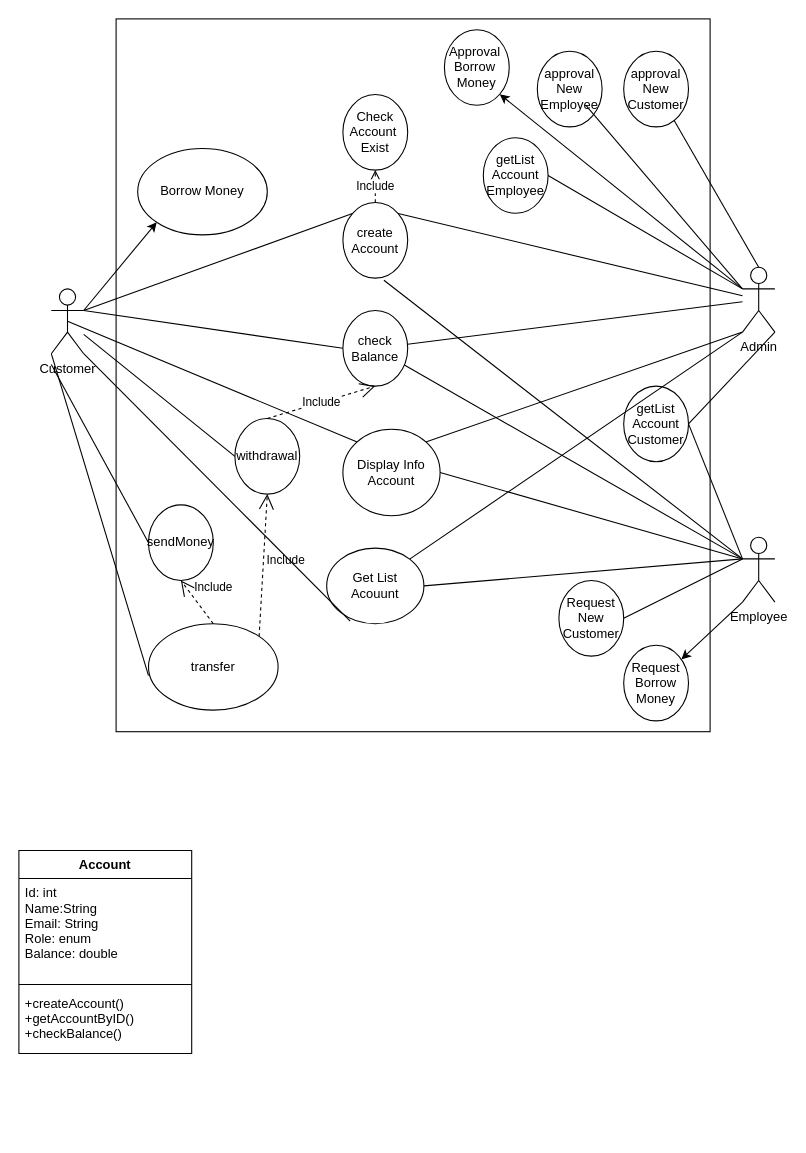
Earlier version of the draw.io diagram Bank_Use_Case.drawio (QuyetVV1995/Bank). Source tidied: cells renumbered, new cells numbered last; positions are measured from the earlier drawing's top-left corner, leaving out a move shared by most shapes. Both pictures are drawn from the tidied source at 108%, with x=0, y=0 at pixel (18, 18).
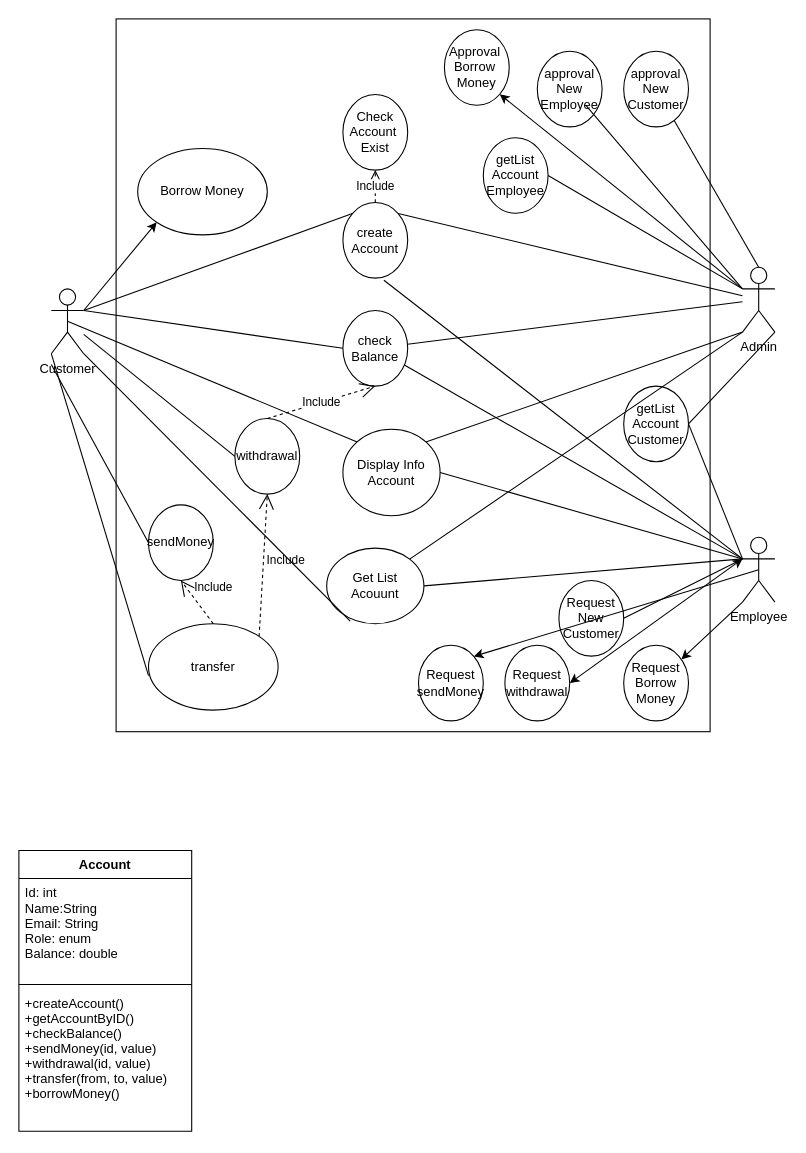
The same page after the edit.

Commit message (it also covers changes not shown here):
update borrowMoney, Use case

The change refers to these unchanged cells:
```xml
<mxCell id="3" value="Employee" style="shape=umlActor;verticalLabelPosition=bottom;verticalAlign=top;html=1;outlineConnect=0;" parent="1" vertex="1">
  <mxGeometry x="670" y="480" width="30" height="60" as="geometry" />
</mxCell>
```

Change to the diagram source:
```diff
@@
     <mxCell id="28" value="Account" style="swimlane;fontStyle=1;align=center;verticalAlign=top;horizontal=1;startSize=26;" parent="1" vertex="1">
-      <mxGeometry y="770" width="160" height="188" as="geometry" />
+      <mxGeometry y="770" width="160" height="260" as="geometry" />
     </mxCell>
@@
-    <mxCell id="31" value="+createAccount()&#10;+getAccountByID()&#10;+checkBalance()" style="text;strokeColor=none;fillColor=none;align=left;verticalAlign=top;spacingLeft=4;spacingRight=4;overflow=hidden;" parent="28" vertex="1">
-      <mxGeometry y="128" width="160" height="60" as="geometry" />
+    <mxCell id="31" value="+createAccount()&#10;+getAccountByID()&#10;+checkBalance()&#10;+sendMoney(id, value)&#10;+withdrawal(id, value)&#10;+transfer(from, to, value)&#10;+borrowMoney()" style="text;strokeColor=none;fillColor=none;align=left;verticalAlign=top;spacingLeft=4;spacingRight=4;overflow=hidden;" parent="28" vertex="1">
+      <mxGeometry y="128" width="160" height="132" as="geometry" />
     </mxCell>
@@
+    <mxCell id="54" value="Request&lt;br&gt;withdrawal" style="ellipse;whiteSpace=wrap;html=1;" parent="1" vertex="1">
+      <mxGeometry x="450" y="580" width="60" height="70" as="geometry" />
+    </mxCell>
+    <mxCell id="55" value="Request sendMoney" style="ellipse;whiteSpace=wrap;html=1;" parent="1" vertex="1">
+      <mxGeometry x="370" y="580" width="60" height="70" as="geometry" />
+    </mxCell>
+    <mxCell id="56" style="endArrow=classic;startArrow=classic;html=1;entryX=0;entryY=0.3333333333333333;entryDx=0;entryDy=0;entryPerimeter=0;exitX=1;exitY=0.5;exitDx=0;exitDy=0;" parent="1" edge="1" source="54" target="3">
+      <mxGeometry relative="1" as="geometry" />
+    </mxCell>
+    <mxCell id="57" style="endArrow=classic;html=1;exitX=0.5;exitY=0.5;exitDx=0;exitDy=0;exitPerimeter=0;entryX=1;entryY=0;entryDx=0;entryDy=0;" parent="1" edge="1" source="3" target="55">
+      <mxGeometry relative="1" as="geometry" />
+    </mxCell>
```
